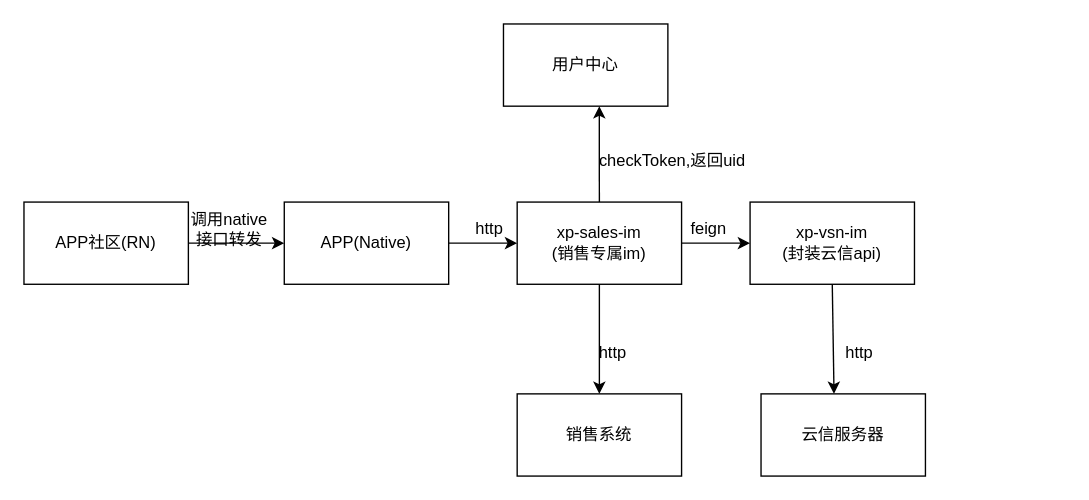
zhangchuhu/drawio keeps this draw.io diagram as arch/sns/sales-im.drawio. Above is the earlier version. Source tidied: cells renumbered, new cells numbered last; positions are measured from the earlier drawing's top-left corner, leaving out a move shared by most shapes. Both pictures are drawn from the tidied source at 137%, with x=0, y=0 at pixel (23, 23).
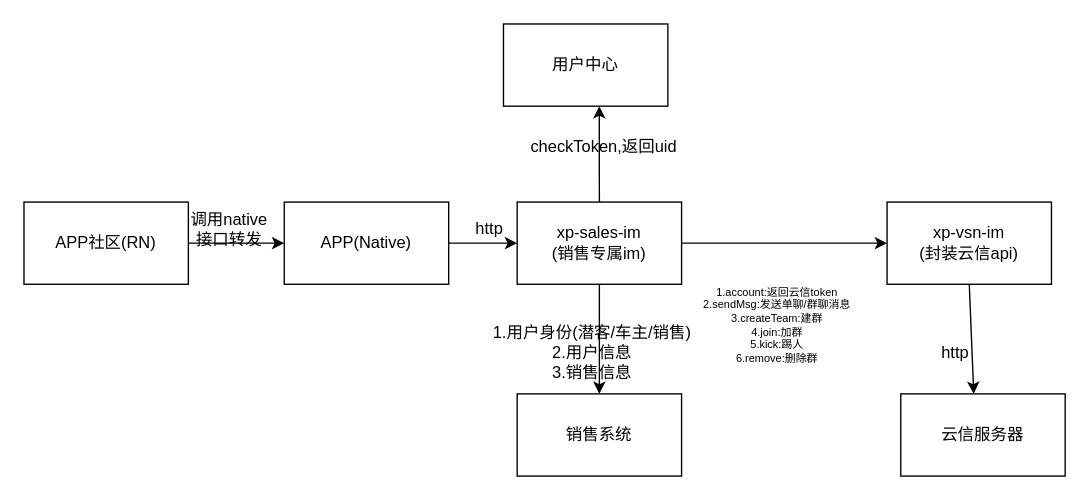
Above is the later version.

Diff of the diagram source:
```diff
@@
     <mxCell id="3" value="xp-vsn-im&lt;br&gt;(封装云信api)" style="rounded=0;whiteSpace=wrap;html=1;" parent="1" vertex="1">
-      <mxGeometry x="530" y="130" width="120" height="60" as="geometry" />
+      <mxGeometry x="630" y="130" width="120" height="60" as="geometry" />
     </mxCell>
     <mxCell id="4" value="云信服务器" style="rounded=0;whiteSpace=wrap;html=1;" parent="1" vertex="1">
-      <mxGeometry x="538" y="270" width="120" height="60" as="geometry" />
+      <mxGeometry x="640" y="270" width="120" height="60" as="geometry" />
     </mxCell>
@@
     <mxCell id="11" value="checkToken,返回uid" style="text;html=1;strokeColor=none;fillColor=none;align=center;verticalAlign=middle;whiteSpace=wrap;rounded=0;" parent="1" vertex="1">
-      <mxGeometry x="400" y="90" width="147" height="20" as="geometry" />
+      <mxGeometry x="350" y="80" width="147" height="20" as="geometry" />
     </mxCell>
@@
-    <mxCell id="17" value="feign" style="text;html=1;strokeColor=none;fillColor=none;align=center;verticalAlign=middle;whiteSpace=wrap;rounded=0;" parent="1" vertex="1">
-      <mxGeometry x="480" y="140" width="40" height="20" as="geometry" />
+    <mxCell id="17" value="&lt;span style=&quot;font-size: 8px&quot;&gt;1.account:返回云信token&lt;br style=&quot;font-size: 8px&quot;&gt;2.sendMsg:发送单聊/群聊消息&lt;br&gt;3.createTeam:建群&lt;br&gt;4.join:加群&lt;br&gt;5.&lt;/span&gt;&lt;font style=&quot;font-size: 8px&quot;&gt;kick:踢人&lt;br&gt;&lt;/font&gt;&lt;span style=&quot;font-size: 8px&quot;&gt;6.remove:删除群&lt;br style=&quot;font-size: 8px&quot;&gt;&lt;/span&gt;" style="text;html=1;strokeColor=none;fillColor=none;align=center;verticalAlign=middle;whiteSpace=wrap;rounded=0;fontSize=8;" parent="1" vertex="1">
+      <mxGeometry x="460" y="210" width="180" height="20" as="geometry" />
     </mxCell>
@@
     <mxCell id="19" value="http" style="text;html=1;strokeColor=none;fillColor=none;align=center;verticalAlign=middle;whiteSpace=wrap;rounded=0;" parent="1" vertex="1">
-      <mxGeometry x="590" y="230" width="40" height="20" as="geometry" />
+      <mxGeometry x="660" y="230" width="40" height="20" as="geometry" />
     </mxCell>
-    <mxCell id="20" value="http" style="text;html=1;strokeColor=none;fillColor=none;align=center;verticalAlign=middle;whiteSpace=wrap;rounded=0;" parent="1" vertex="1">
-      <mxGeometry x="410" y="230" width="40" height="20" as="geometry" />
+    <mxCell id="20" value="1.用户身份(潜客/车主/销售)&lt;br&gt;2.用户信息&lt;br&gt;3.销售信息" style="text;html=1;strokeColor=none;fillColor=none;align=center;verticalAlign=middle;whiteSpace=wrap;rounded=0;" parent="1" vertex="1">
+      <mxGeometry x="320" y="230" width="190" height="20" as="geometry" />
     </mxCell>
```
